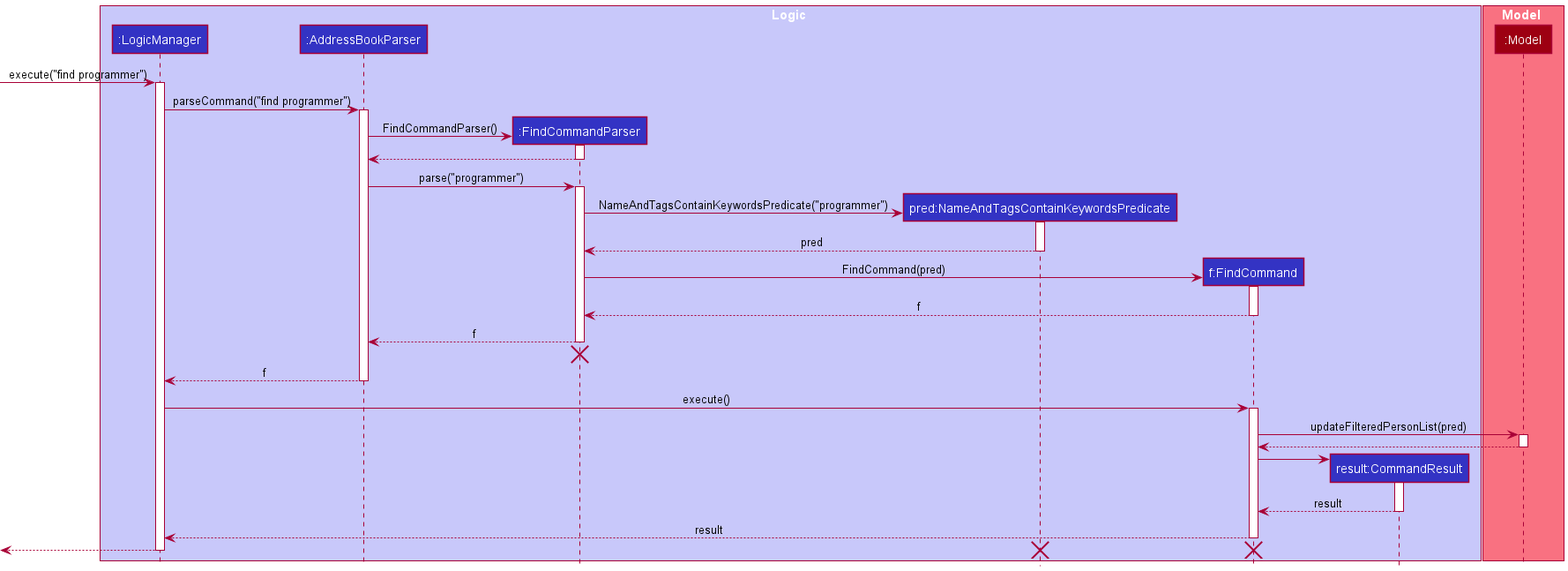
samyipsh/tp keeps this PlantUML diagram as docs/images/FindTagSequenceDiagram.png. Above is the earlier version. Its diagram source:
```plantuml
@startuml
!include style.puml

box Logic LOGIC_COLOR_T1
participant ":LogicManager" as LogicManager LOGIC_COLOR
participant ":AddressBookParser" as AddressBookParser LOGIC_COLOR
participant ":FindCommandParser" as FindCommandParser LOGIC_COLOR
participant "pred:NameAndTagsContainKeywordsPredicate" as NameAndTagsContainKeywordsPredicate LOGIC_COLOR
participant "f:FindCommand" as FindCommand LOGIC_COLOR
participant "result:CommandResult" as CommandResult LOGIC_COLOR
end box

box Model MODEL_COLOR_T1
participant ":Model" as Model MODEL_COLOR
end box

[-> LogicManager : execute("find programmer")
activate LogicManager

LogicManager -> AddressBookParser : parseCommand("find programmer")
activate AddressBookParser

create FindCommandParser
AddressBookParser -> FindCommandParser : FindCommandParser()
activate FindCommandParser

FindCommandParser --> AddressBookParser
deactivate FindCommandParser

AddressBookParser -> FindCommandParser : parse("programmer")
activate FindCommandParser

create NameAndTagsContainKeywordsPredicate
FindCommandParser -> NameAndTagsContainKeywordsPredicate : NameAndTagsContainKeywordsPredicate("programmer")
activate NameAndTagsContainKeywordsPredicate

NameAndTagsContainKeywordsPredicate --> FindCommandParser : pred
deactivate NameAndTagsContainKeywordsPredicate

create FindCommand
FindCommandParser -> FindCommand : FindCommand(pred)
activate FindCommand

FindCommand --> FindCommandParser : f
deactivate FindCommand

FindCommandParser --> AddressBookParser : f
deactivate FindCommandParser
FindCommandParser -[hidden]-> AddressBookParser
destroy FindCommandParser

AddressBookParser --> LogicManager : f
deactivate AddressBookParser

LogicManager -> FindCommand : execute()
activate FindCommand

FindCommand -> Model : updateFilteredPersonList(pred)
activate Model

Model --> FindCommand
deactivate Model

create CommandResult
FindCommand -> CommandResult
activate CommandResult

CommandResult --> FindCommand : result
deactivate CommandResult

FindCommand --> LogicManager : result
deactivate FindCommand

[<--LogicManager
deactivate LogicManager

destroy FindCommand
destroy NameAndTagsContainKeywordsPredicate
@enduml
```
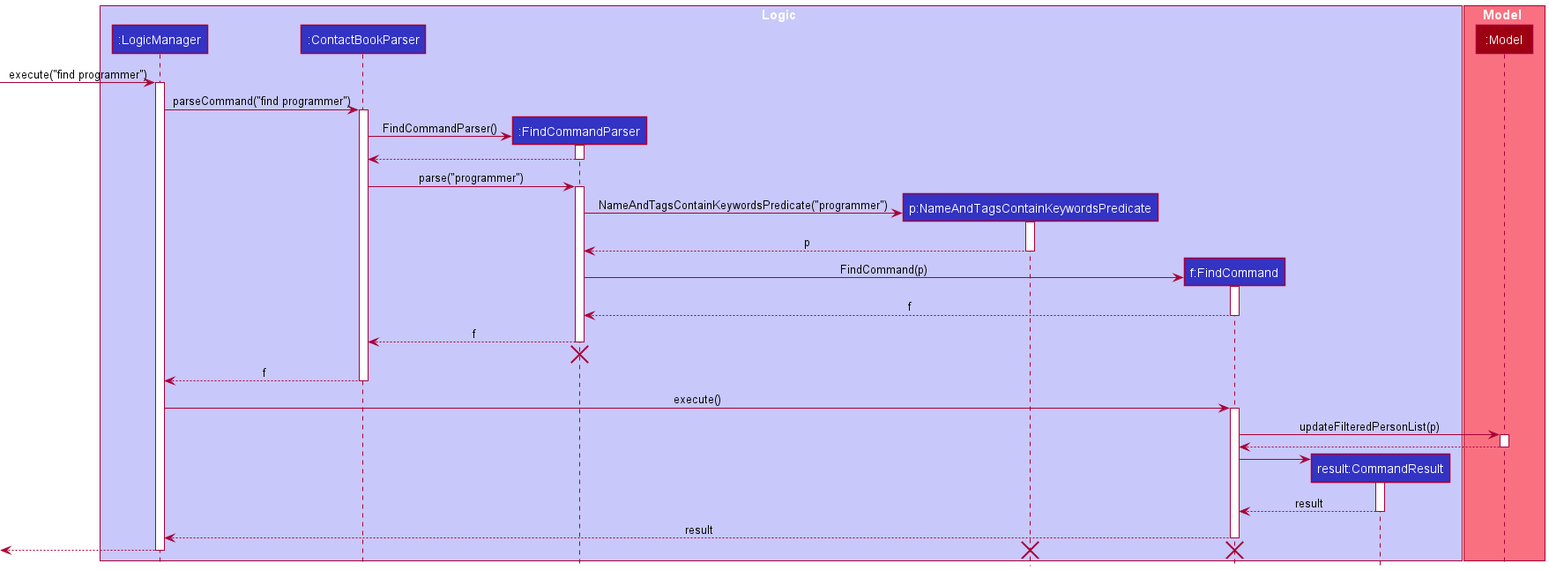
The same diagram one commit later.

Commit message:
Update plantuml diagrams and associated png files

Change to the diagram source:
```diff
@@ -3,9 +3,9 @@
 
 box Logic LOGIC_COLOR_T1
 participant ":LogicManager" as LogicManager LOGIC_COLOR
-participant ":AddressBookParser" as AddressBookParser LOGIC_COLOR
+participant ":ContactBookParser" as ContactBookParser LOGIC_COLOR
 participant ":FindCommandParser" as FindCommandParser LOGIC_COLOR
-participant "pred:NameAndTagsContainKeywordsPredicate" as NameAndTagsContainKeywordsPredicate LOGIC_COLOR
+participant "p:NameAndTagsContainKeywordsPredicate" as NameAndTagsContainKeywordsPredicate LOGIC_COLOR
 participant "f:FindCommand" as FindCommand LOGIC_COLOR
 participant "result:CommandResult" as CommandResult LOGIC_COLOR
 end box
@@ -17,45 +17,45 @@
 [-> LogicManager : execute("find programmer")
 activate LogicManager
 
-LogicManager -> AddressBookParser : parseCommand("find programmer")
-activate AddressBookParser
+LogicManager -> ContactBookParser : parseCommand("find programmer")
+activate ContactBookParser
 
 create FindCommandParser
-AddressBookParser -> FindCommandParser : FindCommandParser()
+ContactBookParser -> FindCommandParser : FindCommandParser()
 activate FindCommandParser
 
-FindCommandParser --> AddressBookParser
+FindCommandParser --> ContactBookParser
 deactivate FindCommandParser
 
-AddressBookParser -> FindCommandParser : parse("programmer")
+ContactBookParser -> FindCommandParser : parse("programmer")
 activate FindCommandParser
 
 create NameAndTagsContainKeywordsPredicate
 FindCommandParser -> NameAndTagsContainKeywordsPredicate : NameAndTagsContainKeywordsPredicate("programmer")
 activate NameAndTagsContainKeywordsPredicate
 
-NameAndTagsContainKeywordsPredicate --> FindCommandParser : pred
+NameAndTagsContainKeywordsPredicate --> FindCommandParser : p
 deactivate NameAndTagsContainKeywordsPredicate
 
 create FindCommand
-FindCommandParser -> FindCommand : FindCommand(pred)
+FindCommandParser -> FindCommand : FindCommand(p)
 activate FindCommand
 
 FindCommand --> FindCommandParser : f
 deactivate FindCommand
 
-FindCommandParser --> AddressBookParser : f
+FindCommandParser --> ContactBookParser : f
 deactivate FindCommandParser
-FindCommandParser -[hidden]-> AddressBookParser
+FindCommandParser -[hidden]-> ContactBookParser
 destroy FindCommandParser
 
-AddressBookParser --> LogicManager : f
-deactivate AddressBookParser
+ContactBookParser --> LogicManager : f
+deactivate ContactBookParser
 
 LogicManager -> FindCommand : execute()
 activate FindCommand
 
-FindCommand -> Model : updateFilteredPersonList(pred)
+FindCommand -> Model : updateFilteredPersonList(p)
 activate Model
 
 Model --> FindCommand
```
